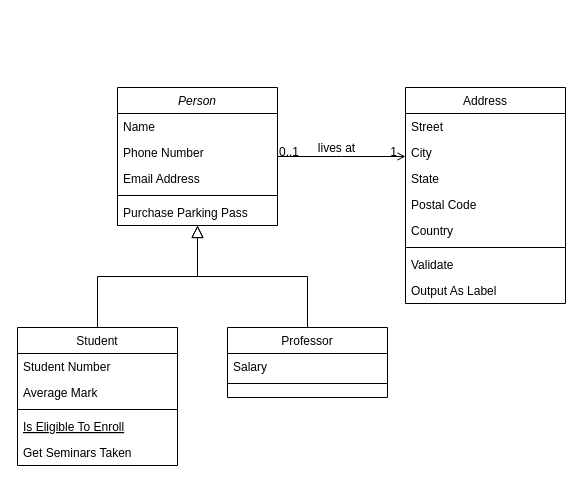
Above: factoryproject.drawio in hayden-pzhou/drawioChart (draw.io), before the change. Source tidied: cells renumbered, new cells numbered last; positions are measured from the earlier drawing's top-left corner, leaving out a move shared by most shapes. Both pictures are drawn from the tidied source at 100%, with x=0, y=0 at pixel (17, 87).
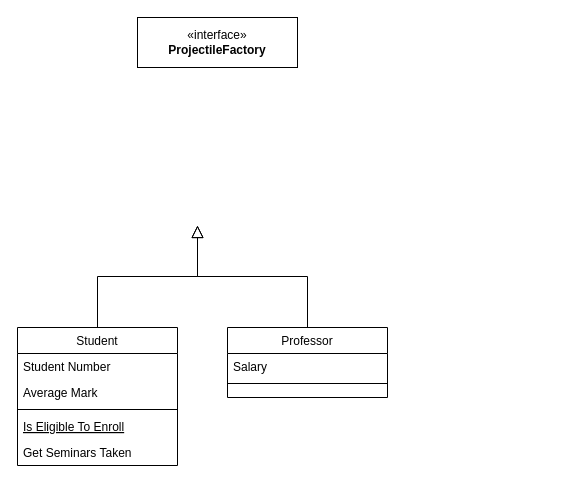
Above is the later version.

The change refers to these unchanged cells:
```xml
<mxCell id="8" value="Student" style="swimlane;fontStyle=0;align=center;verticalAlign=top;horizontal=1;startSize=26;rounded=0;shadow=0;strokeWidth=1;" parent="1" vertex="1">
  <mxGeometry y="240" width="160" height="138" as="geometry" />
</mxCell>
<mxCell id="15" value="Professor" style="swimlane;fontStyle=0;align=center;verticalAlign=top;horizontal=1;startSize=26;rounded=0;shadow=0;strokeWidth=1;" parent="1" vertex="1">
  <mxGeometry x="210" y="240" width="160" height="70" as="geometry" />
</mxCell>
```

The edit, as a diff of the source:
```diff
@@
-    <mxCell id="2" value="Person" style="swimlane;fontStyle=2;align=center;verticalAlign=top;horizontal=1;startSize=26;rounded=0;shadow=0;strokeWidth=1;" parent="1" vertex="1">
-      <mxGeometry x="100" width="160" height="138" as="geometry" />
-    </mxCell>
-    <mxCell id="3" value="Name" style="text;align=left;verticalAlign=top;spacingLeft=4;spacingRight=4;overflow=hidden;" parent="2" vertex="1">
-      <mxGeometry y="26" width="160" height="26" as="geometry" />
-    </mxCell>
-    <mxCell id="4" value="Phone Number" style="text;align=left;verticalAlign=top;spacingLeft=4;spacingRight=4;overflow=hidden;rounded=0;shadow=0;html=0;" parent="2" vertex="1">
-      <mxGeometry y="52" width="160" height="26" as="geometry" />
-    </mxCell>
-    <mxCell id="5" value="Email Address" style="text;align=left;verticalAlign=top;spacingLeft=4;spacingRight=4;overflow=hidden;rounded=0;shadow=0;html=0;" parent="2" vertex="1">
-      <mxGeometry y="78" width="160" height="26" as="geometry" />
-    </mxCell>
-    <mxCell id="6" style="line;html=1;strokeWidth=1;align=left;verticalAlign=middle;spacingTop=-1;spacingLeft=3;spacingRight=3;labelPosition=right;" parent="2" vertex="1">
-      <mxGeometry y="104" width="160" height="8" as="geometry" />
-    </mxCell>
-    <mxCell id="7" value="Purchase Parking Pass" style="text;align=left;verticalAlign=top;spacingLeft=4;spacingRight=4;overflow=hidden;" parent="2" vertex="1">
-      <mxGeometry y="112" width="160" height="26" as="geometry" />
-    </mxCell>
@@
-    <mxCell id="14" style="endArrow=block;endSize=10;endFill=0;shadow=0;strokeWidth=1;rounded=0;edgeStyle=elbowEdgeStyle;elbow=vertical;" parent="1" edge="1" source="8" target="2">
-      <mxGeometry relative="1" as="geometry" />
+    <mxCell id="14" style="endArrow=block;endSize=10;endFill=0;shadow=0;strokeWidth=1;rounded=0;edgeStyle=elbowEdgeStyle;elbow=vertical;" parent="1" edge="1" source="8">
+      <mxGeometry relative="1" as="geometry">
+        <mxPoint x="180" y="138" as="targetPoint" />
+      </mxGeometry>
     </mxCell>
@@
-    <mxCell id="18" style="endArrow=block;endSize=10;endFill=0;shadow=0;strokeWidth=1;rounded=0;edgeStyle=elbowEdgeStyle;elbow=vertical;" parent="1" edge="1" source="15" target="2">
-      <mxGeometry relative="1" as="geometry" />
+    <mxCell id="18" style="endArrow=block;endSize=10;endFill=0;shadow=0;strokeWidth=1;rounded=0;edgeStyle=elbowEdgeStyle;elbow=vertical;" parent="1" edge="1" source="15">
+      <mxGeometry relative="1" as="geometry">
+        <mxPoint x="180" y="138" as="targetPoint" />
+      </mxGeometry>
     </mxCell>
-    <mxCell id="19" value="Address" style="swimlane;fontStyle=0;align=center;verticalAlign=top;horizontal=1;startSize=26;rounded=0;shadow=0;strokeWidth=1;" parent="1" vertex="1">
-      <mxGeometry x="388" width="160" height="216" as="geometry" />
-    </mxCell>
-    <mxCell id="20" value="Street" style="text;align=left;verticalAlign=top;spacingLeft=4;spacingRight=4;overflow=hidden;" parent="19" vertex="1">
-      <mxGeometry y="26" width="160" height="26" as="geometry" />
-    </mxCell>
-    <mxCell id="21" value="City" style="text;align=left;verticalAlign=top;spacingLeft=4;spacingRight=4;overflow=hidden;rounded=0;shadow=0;html=0;" parent="19" vertex="1">
-      <mxGeometry y="52" width="160" height="26" as="geometry" />
-    </mxCell>
-    <mxCell id="22" value="State" style="text;align=left;verticalAlign=top;spacingLeft=4;spacingRight=4;overflow=hidden;rounded=0;shadow=0;html=0;" parent="19" vertex="1">
-      <mxGeometry y="78" width="160" height="26" as="geometry" />
-    </mxCell>
-    <mxCell id="23" value="Postal Code" style="text;align=left;verticalAlign=top;spacingLeft=4;spacingRight=4;overflow=hidden;rounded=0;shadow=0;html=0;" parent="19" vertex="1">
-      <mxGeometry y="104" width="160" height="26" as="geometry" />
-    </mxCell>
-    <mxCell id="24" value="Country" style="text;align=left;verticalAlign=top;spacingLeft=4;spacingRight=4;overflow=hidden;rounded=0;shadow=0;html=0;" parent="19" vertex="1">
-      <mxGeometry y="130" width="160" height="26" as="geometry" />
-    </mxCell>
-    <mxCell id="25" style="line;html=1;strokeWidth=1;align=left;verticalAlign=middle;spacingTop=-1;spacingLeft=3;spacingRight=3;labelPosition=right;" parent="19" vertex="1">
-      <mxGeometry y="156" width="160" height="8" as="geometry" />
-    </mxCell>
-    <mxCell id="26" value="Validate" style="text;align=left;verticalAlign=top;spacingLeft=4;spacingRight=4;overflow=hidden;" parent="19" vertex="1">
-      <mxGeometry y="164" width="160" height="26" as="geometry" />
-    </mxCell>
-    <mxCell id="27" value="Output As Label" style="text;align=left;verticalAlign=top;spacingLeft=4;spacingRight=4;overflow=hidden;" parent="19" vertex="1">
-      <mxGeometry y="190" width="160" height="26" as="geometry" />
-    </mxCell>
-    <mxCell id="28" style="endArrow=open;shadow=0;strokeWidth=1;rounded=0;endFill=1;edgeStyle=elbowEdgeStyle;elbow=vertical;" parent="1" edge="1" source="2" target="19">
-      <mxGeometry x="0.5" y="41" relative="1" as="geometry">
-        <mxPoint x="-40" y="32" as="offset" />
-      </mxGeometry>
-    </mxCell>
-    <mxCell id="29" value="0..1" style="align=left;verticalAlign=bottom;labelBackgroundColor=none;fontSize=12;" parent="28" vertex="1">
-      <mxGeometry x="-1" relative="1" as="geometry">
-        <mxPoint y="4" as="offset" />
-      </mxGeometry>
-    </mxCell>
-    <mxCell id="30" value="1" style="align=right;verticalAlign=bottom;labelBackgroundColor=none;fontSize=12;" parent="28" vertex="1">
-      <mxGeometry x="1" relative="1" as="geometry">
-        <mxPoint x="-7" y="4" as="offset" />
-      </mxGeometry>
-    </mxCell>
-    <mxCell id="31" value="lives at" style="text;html=1;align=center;verticalAlign=middle;labelBackgroundColor=none;rounded=0;shadow=0;strokeWidth=1;fontSize=12;" parent="28" vertex="1">
-      <mxGeometry x="0.5" y="49" relative="1" as="geometry">
-        <mxPoint x="-38" y="40" as="offset" />
-      </mxGeometry>
-    </mxCell>
+    <mxCell id="32" value="«interface»&lt;br&gt;&lt;b&gt;ProjectileFactory&lt;/b&gt;" style="html=1;whiteSpace=wrap;" parent="1" vertex="1">
+      <mxGeometry x="120" y="-70" width="160" height="50" as="geometry" />
+    </mxCell>
```
